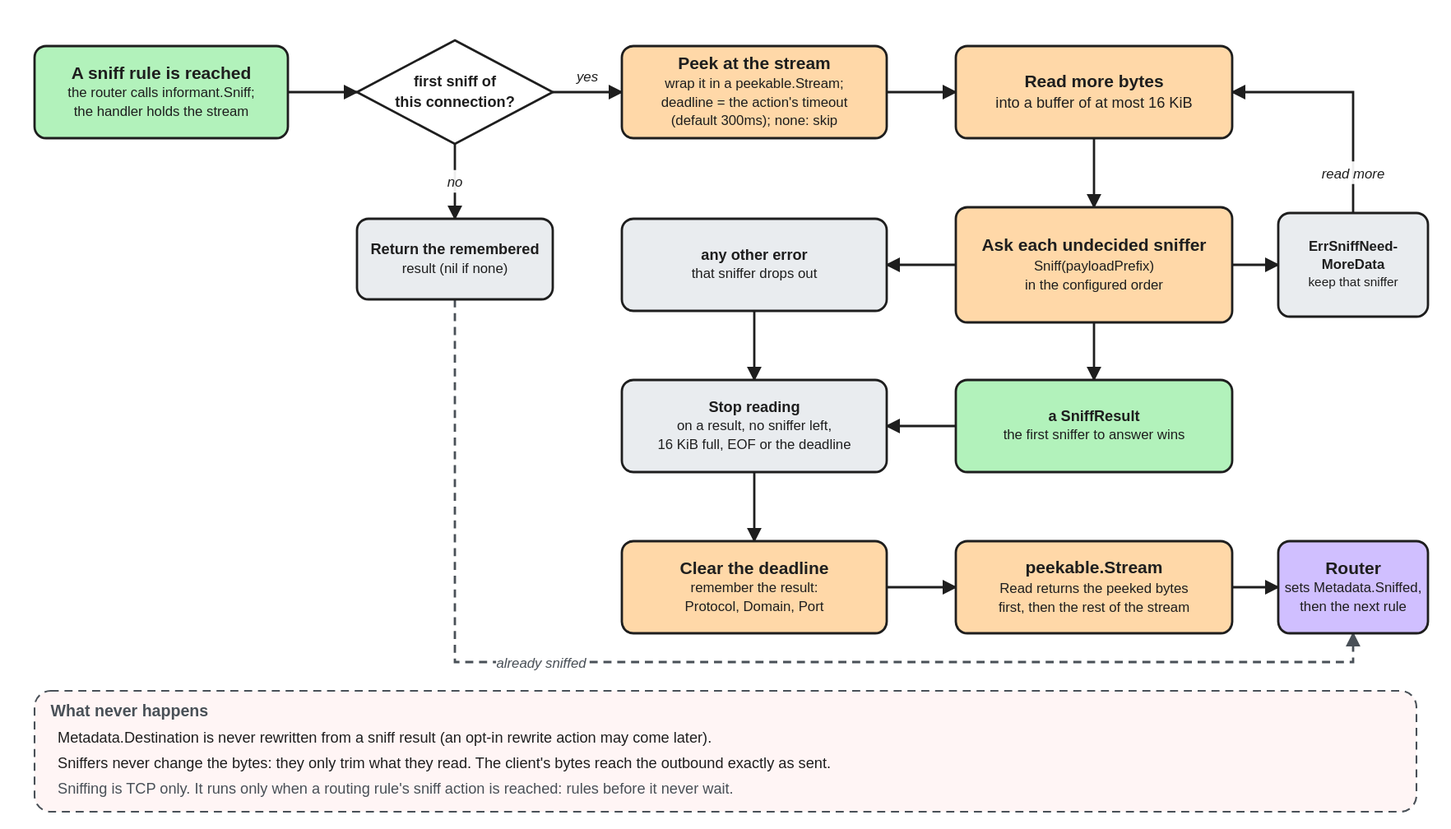
This is docs/assets/diagrams/sniffing-flow.excalidraw.svg from we-apranik/apranik, a Excalidraw export, as it was before one commit. Source tidied: one line per element, renumbered; positions are measured from the earlier drawing's top-left corner, leaving out a move shared by most shapes.
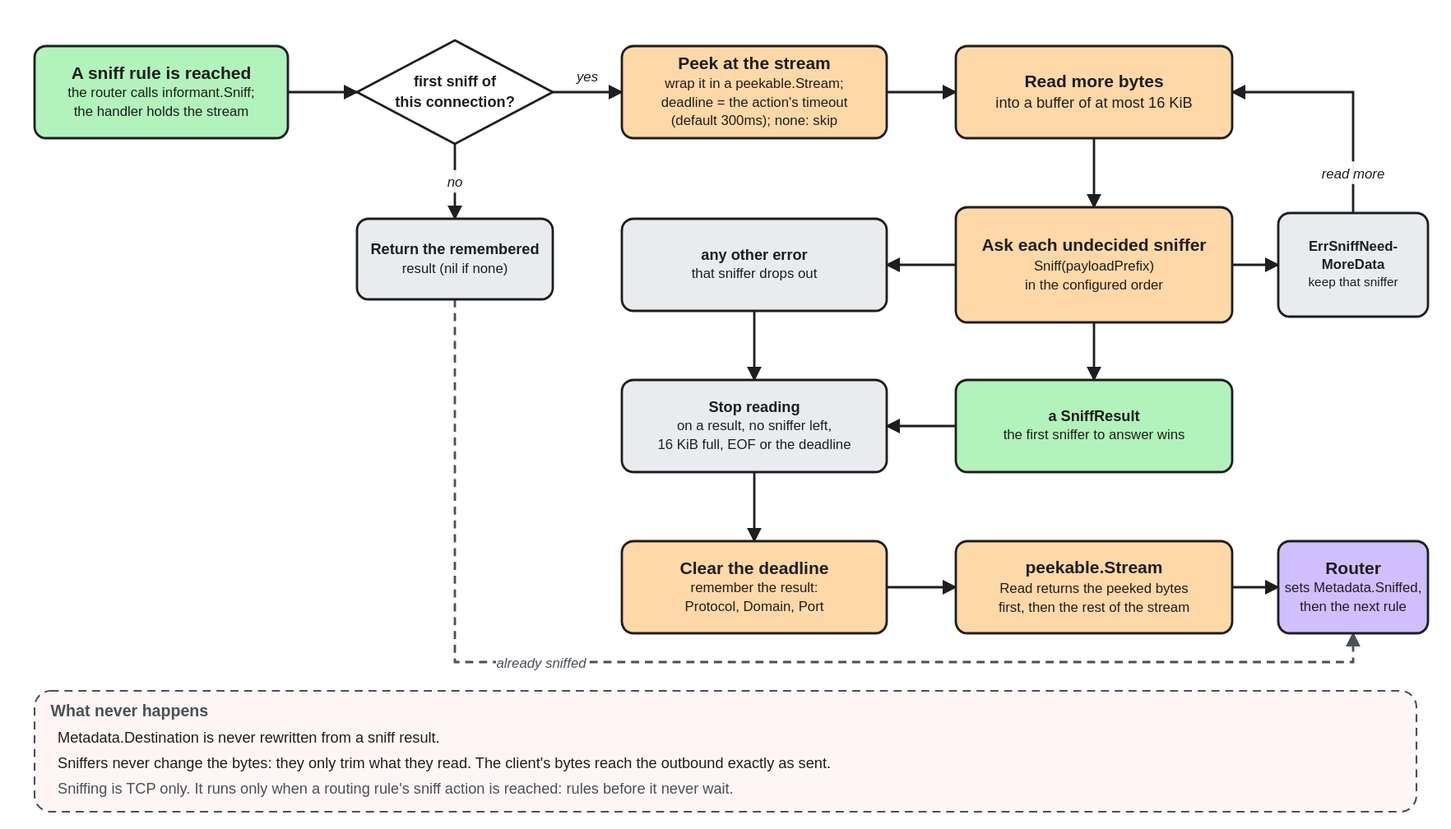
After the commit.

Diff of the diagram source:
```diff
@@ -45,6 +45,6 @@
 {"id": 44, "type": "arrow", "strokeColor": "#1e1e1e", "strokeWidth": 2, "roughness": 0, "endArrowhead": "arrow", "from": 24, "to": 26, "x": 1040, "y": 475, "width": 40, "height": 0, "points": [[0, 0], [40, 0]]}
 {"id": 45, "type": "arrow", "strokeColor": "#495057", "strokeWidth": 2, "strokeStyle": "dashed", "roughness": 0, "endArrowhead": "arrow", "from": 6, "to": 26, "x": 365, "y": 225, "width": 780, "height": 315, "points": [[0, 0], [0, 315], [780, 315], [780, 290]]}
 {"id": 46, "type": "text", "text": "already sniffed", "strokeColor": "#495057", "strokeWidth": 2, "roughness": 0, "fontSize": 12, "fontFamily": 2, "textAlign": "center", "verticalAlign": "middle", "x": 401, "y": 532, "width": 79, "height": 15}
-{"id": 47, "type": "text", "text": "Metadata.Destination is never rewritten from a sniff result (an opt-in rewrite action may come later).", "strokeColor": "#1e1e1e", "strokeWidth": 2, "roughness": 0, "fontSize": 13, "fontFamily": 2, "verticalAlign": "middle", "x": 20, "y": 597, "width": 682, "height": 16}
+{"id": 47, "type": "text", "text": "Metadata.Destination is never rewritten from a sniff result.", "strokeColor": "#1e1e1e", "strokeWidth": 2, "roughness": 0, "fontSize": 13, "fontFamily": 2, "verticalAlign": "middle", "x": 20, "y": 597, "width": 682, "height": 16}
 {"id": 48, "type": "text", "text": "Sniffers never change the bytes: they only trim what they read. The client's bytes reach the outbound exactly as sent.", "strokeColor": "#1e1e1e", "strokeWidth": 2, "roughness": 0, "fontSize": 13, "fontFamily": 2, "verticalAlign": "middle", "x": 20, "y": 619, "width": 804, "height": 16}
 {"id": 49, "type": "text", "text": "Sniffing is TCP only. It runs only when a routing rule's sniff action is reached: rules before it never wait.", "strokeColor": "#495057", "strokeWidth": 2, "roughness": 0, "fontSize": 13, "fontFamily": 2, "verticalAlign": "middle", "x": 20, "y": 641, "width": 445, "height": 16}
```
